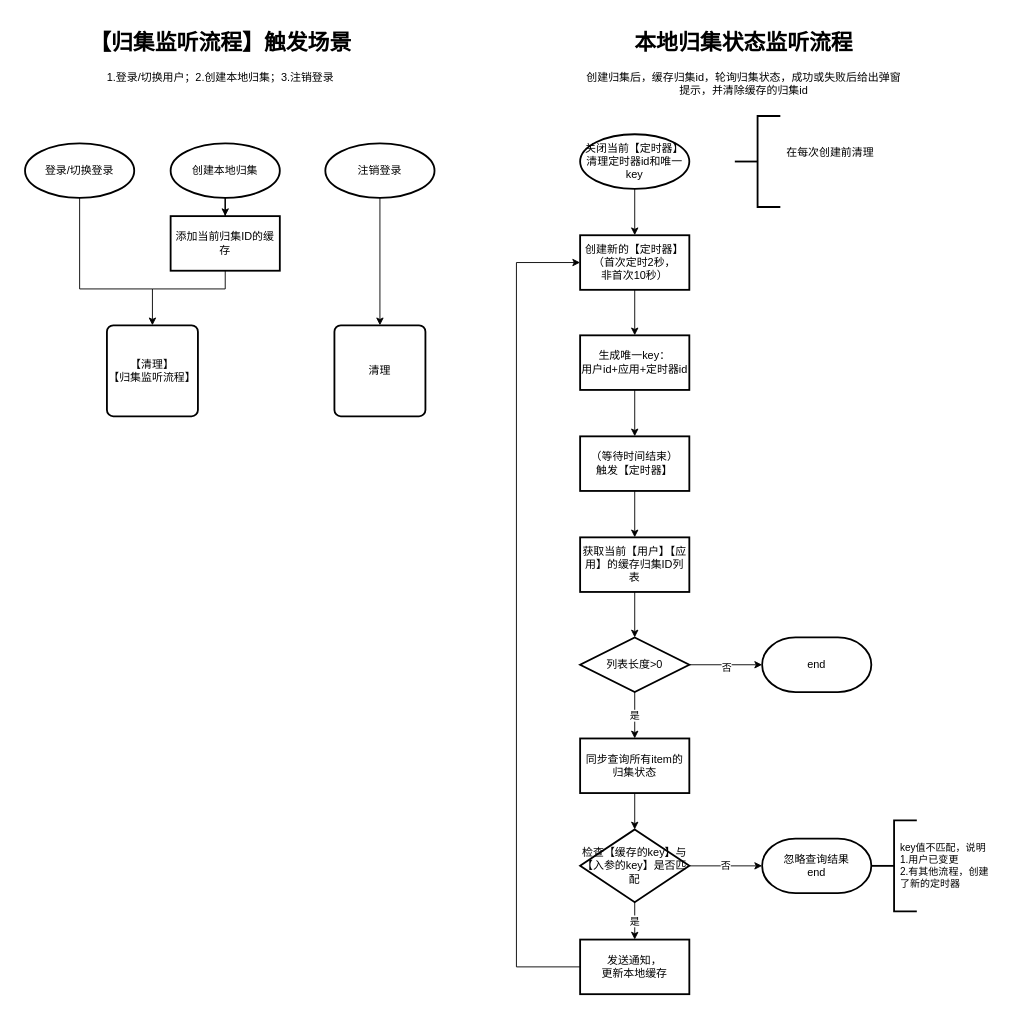
This is 本地归集成功失败的监听流程.drawio from lemonc747/myDrawIO, a draw.io file, before an edit. Source tidied: cells renumbered, new cells numbered last; positions are measured from the earlier drawing's top-left corner, leaving out a move shared by most shapes. Both pictures are drawn from the tidied source at 91%, with x=0, y=0 at pixel (15, 25).
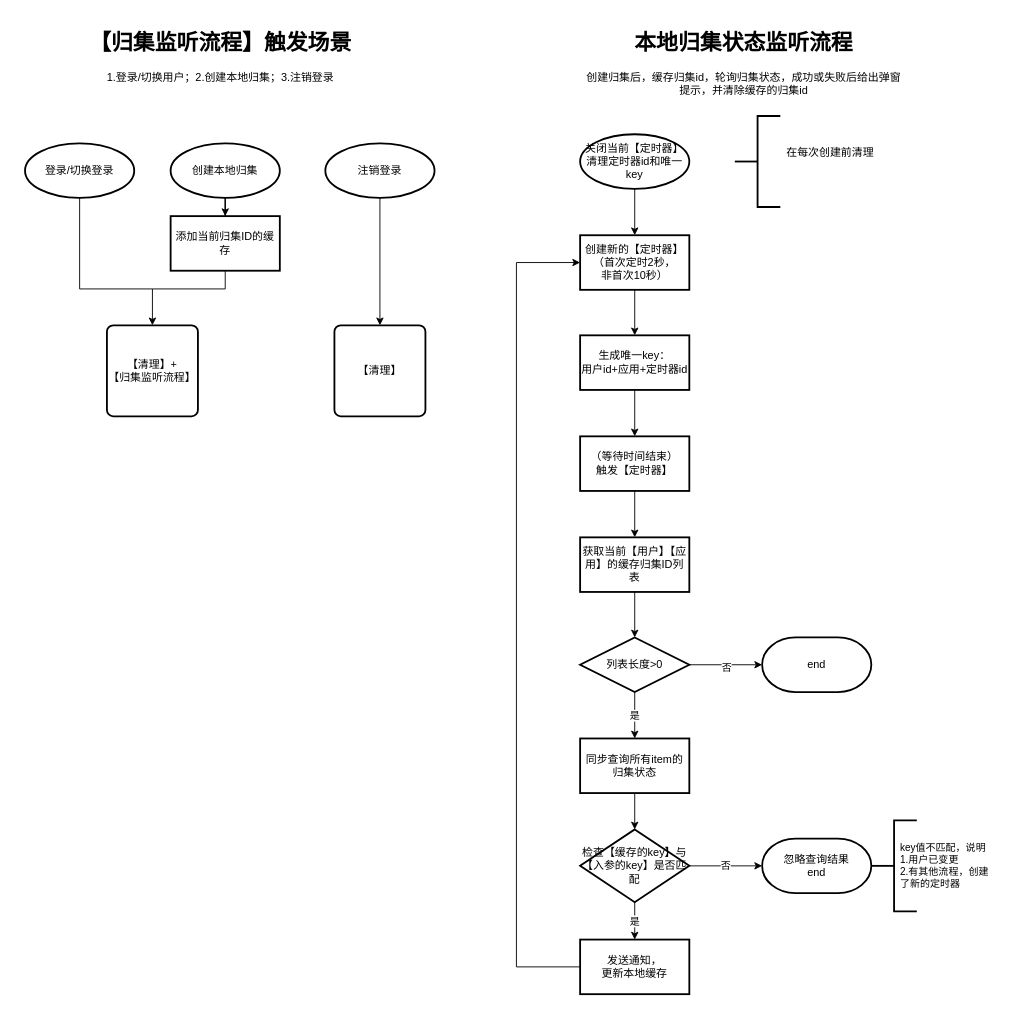
After the change.

Diff of the diagram source:
```diff
@@
-    <mxCell id="33" value="【清理】&lt;br&gt;【归集监听流程】" style="rounded=1;whiteSpace=wrap;html=1;absoluteArcSize=1;arcSize=14;strokeWidth=2;align=center;" parent="1" vertex="1">
+    <mxCell id="33" value="【清理】+&lt;br&gt;【归集监听流程】" style="rounded=1;whiteSpace=wrap;html=1;absoluteArcSize=1;arcSize=14;strokeWidth=2;align=center;" parent="1" vertex="1">
       <mxGeometry x="100" y="330" width="100" height="100" as="geometry" />
     </mxCell>
@@
-    <mxCell id="38" value="清理" style="rounded=1;whiteSpace=wrap;html=1;absoluteArcSize=1;arcSize=14;strokeWidth=2;align=center;" parent="1" vertex="1">
+    <mxCell id="38" value="【清理】" style="rounded=1;whiteSpace=wrap;html=1;absoluteArcSize=1;arcSize=14;strokeWidth=2;align=center;" parent="1" vertex="1">
       <mxGeometry x="350" y="330" width="100" height="100" as="geometry" />
     </mxCell>
```
